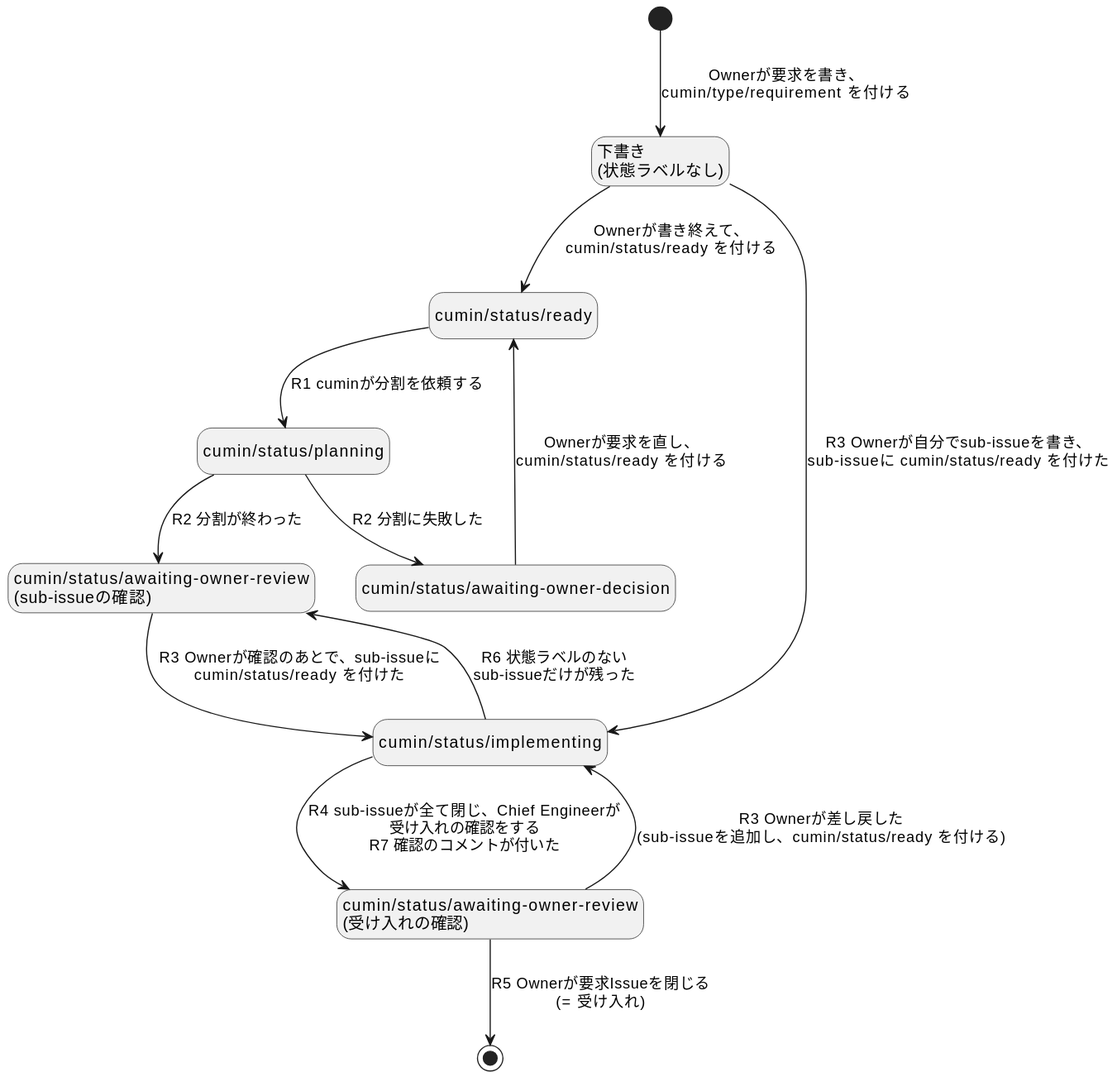
Before: docs/ja/requirements/workflow/requirement-issue-states.svg, a diagram exported from PlantUML (cloveclovedev/cumin-works).
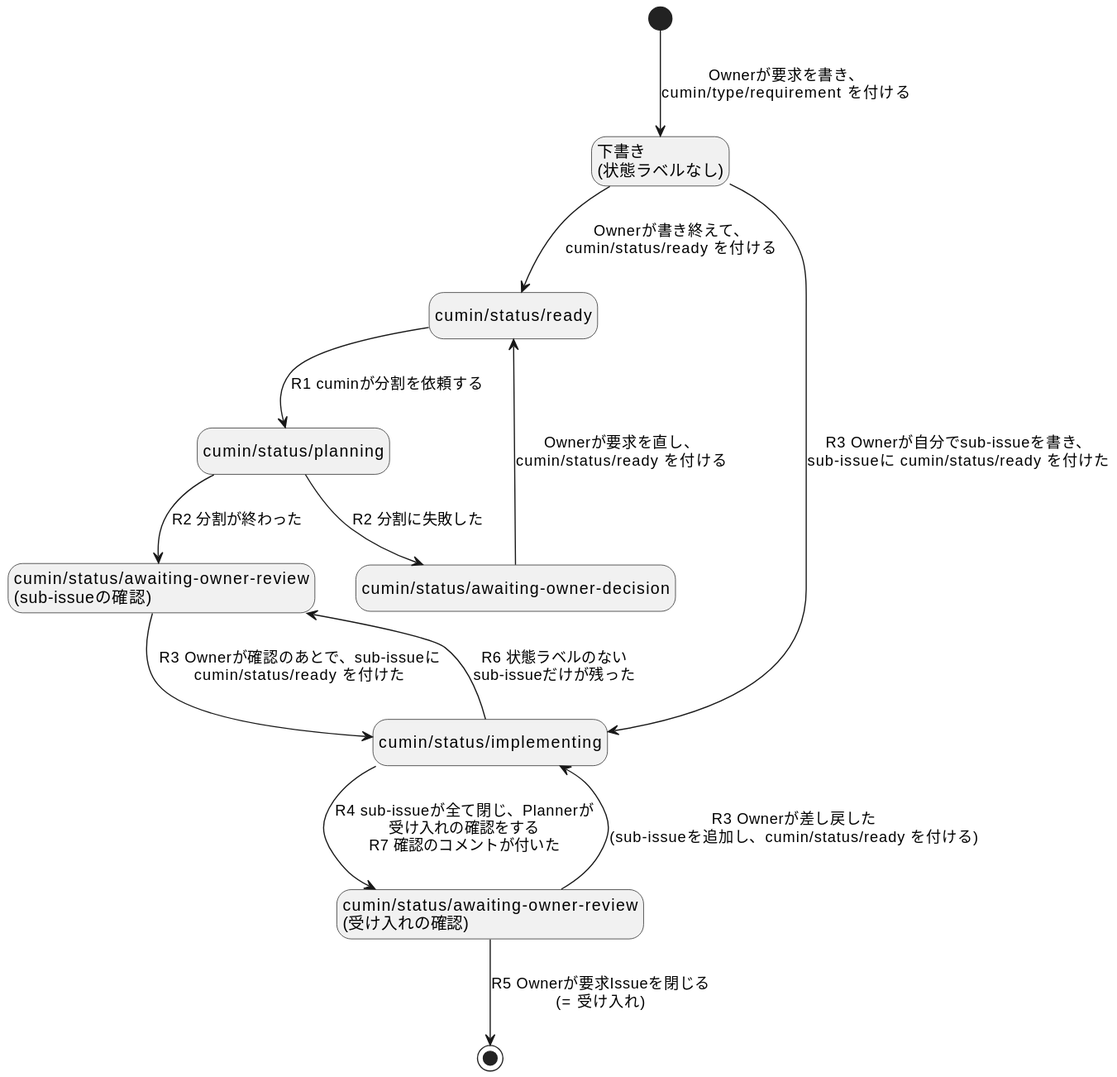
After the change.

The edit, as a diff of the source:
```diff
@@ -18,7 +18,7 @@
 Decision --> Ready : Ownerが要求を直し、\ncumin/status/ready を付ける
 Ready --> Planning : R1 cuminが分割を依頼する
 PlanReview --> Implementing : R3 Ownerが確認のあとで、sub-issueに\ncumin/status/ready を付けた
-Implementing --> Acceptance : R4 sub-issueが全て閉じ、Chief Engineerが\n受け入れの確認をする\nR7 確認のコメントが付いた
+Implementing --> Acceptance : R4 sub-issueが全て閉じ、Plannerが\n受け入れの確認をする\nR7 確認のコメントが付いた
 Implementing --> PlanReview : R6 状態ラベルのない\nsub-issueだけが残った
 Acceptance --> Implementing : R3 Ownerが差し戻した\n(sub-issueを追加し、cumin/status/ready を付ける)
 Acceptance --> [*] : R5 Ownerが要求Issueを閉じる\n(= 受け入れ)
```
